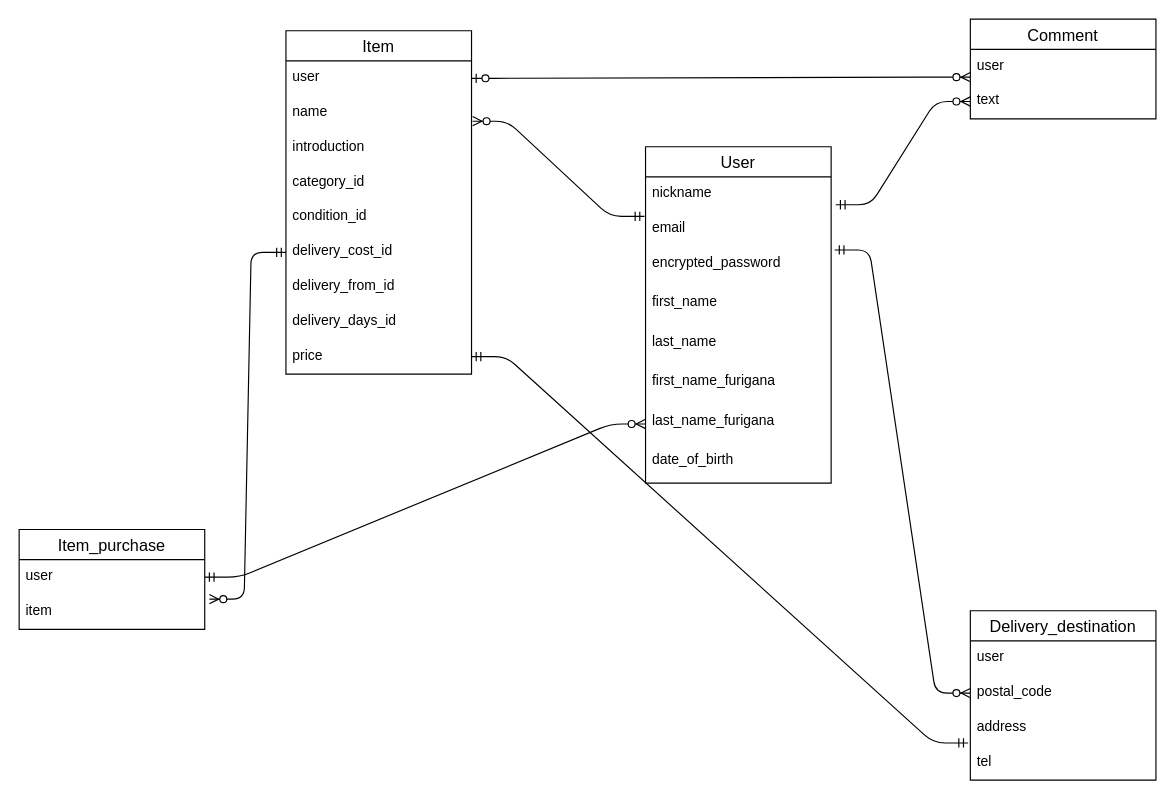
Earlier version of the draw.io diagram test.dio (sohmama/furima-30978). Source tidied: cells renumbered, new cells numbered last; positions are measured from the earlier drawing's top-left corner, leaving out a move shared by most shapes. Both pictures are drawn from the tidied source at 116%, with x=0, y=0 at pixel (19, 19).
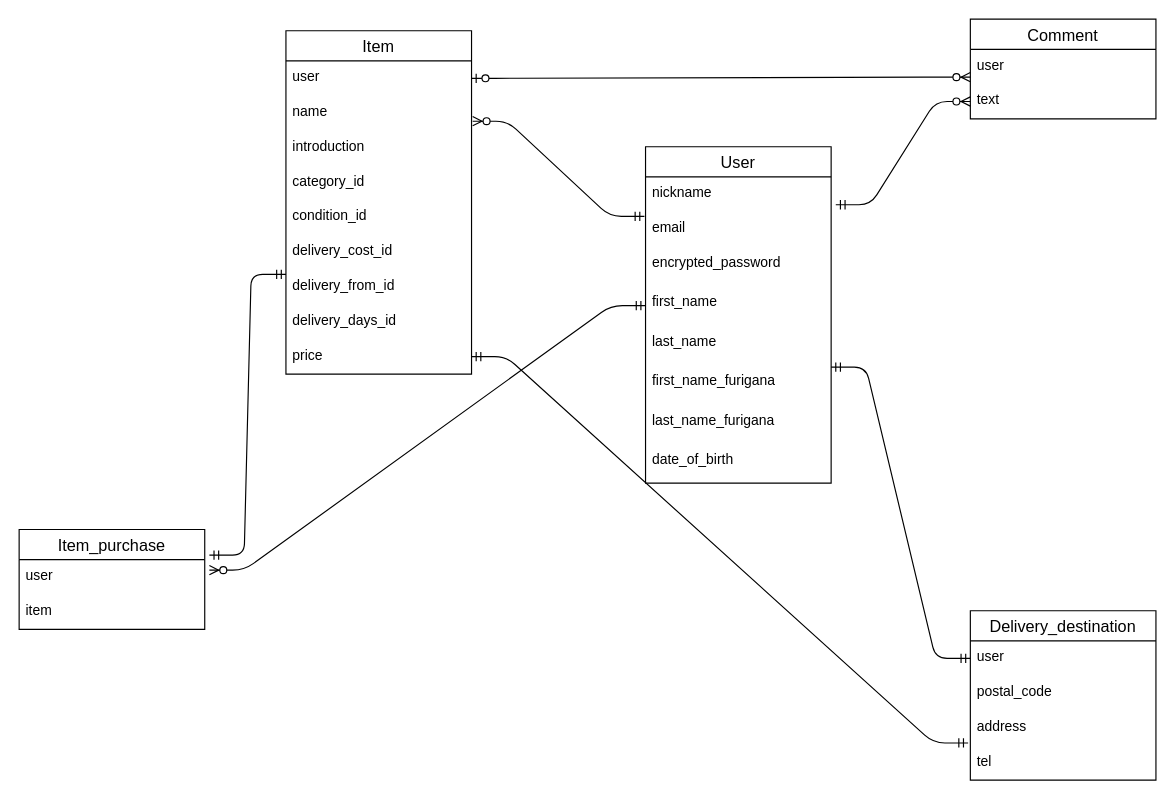
After the change.

Commit message (it also covers changes not shown here):
テーブル名の修正漏れを訂正

Unchanged cells that the change refers to:
```xml
<mxCell id="5" value="encrypted_password&#10;&#10;" style="text;strokeColor=none;fillColor=none;spacingLeft=4;spacingRight=4;overflow=hidden;points=[[0,0.5],[1,0.5]];portConstraint=eastwest;fontSize=12;" parent="2" vertex="1">
  <mxGeometry y="86" width="160" height="34" as="geometry" />
</mxCell>
<mxCell id="6" value="first_name&#10;&#10;" style="text;strokeColor=none;fillColor=none;spacingLeft=4;spacingRight=4;overflow=hidden;points=[[0,0.5],[1,0.5]];portConstraint=eastwest;fontSize=12;" parent="2" vertex="1">
  <mxGeometry y="120" width="160" height="34" as="geometry" />
</mxCell>
<mxCell id="9" value="last_name_furigana&#10;" style="text;strokeColor=none;fillColor=none;spacingLeft=4;spacingRight=4;overflow=hidden;points=[[0,0.5],[1,0.5]];portConstraint=eastwest;fontSize=12;" parent="2" vertex="1">
  <mxGeometry y="222" width="160" height="34" as="geometry" />
</mxCell>
<mxCell id="17" value="delivery_cost_id" style="text;strokeColor=none;fillColor=none;spacingLeft=4;spacingRight=4;overflow=hidden;points=[[0,0.5],[1,0.5]];portConstraint=eastwest;fontSize=12;" parent="11" vertex="1">
  <mxGeometry y="176" width="160" height="30" as="geometry" />
</mxCell>
<mxCell id="22" value="user" style="text;strokeColor=none;fillColor=none;spacingLeft=4;spacingRight=4;overflow=hidden;points=[[0,0.5],[1,0.5]];portConstraint=eastwest;fontSize=12;" parent="21" vertex="1">
  <mxGeometry y="26" width="160" height="30" as="geometry" />
</mxCell>
<mxCell id="23" value="postal_code" style="text;strokeColor=none;fillColor=none;spacingLeft=4;spacingRight=4;overflow=hidden;points=[[0,0.5],[1,0.5]];portConstraint=eastwest;fontSize=12;" parent="21" vertex="1">
  <mxGeometry y="56" width="160" height="30" as="geometry" />
</mxCell>
<mxCell id="35" value="user" style="text;strokeColor=none;fillColor=none;spacingLeft=4;spacingRight=4;overflow=hidden;points=[[0,0.5],[1,0.5]];portConstraint=eastwest;fontSize=12;" parent="34" vertex="1">
  <mxGeometry y="26" width="160" height="30" as="geometry" />
</mxCell>
```

Diff of the diagram source:
```diff
@@
-    <mxCell id="33" style="edgeStyle=entityRelationEdgeStyle;fontSize=12;html=1;endArrow=ERzeroToMany;startArrow=ERmandOne;exitX=1.019;exitY=0.088;exitDx=0;exitDy=0;exitPerimeter=0;" parent="1" edge="1" source="5" target="23">
-      <mxGeometry relative="1" as="geometry" />
-    </mxCell>
@@
-    <mxCell id="37" style="edgeStyle=entityRelationEdgeStyle;fontSize=12;html=1;endArrow=ERzeroToMany;startArrow=ERmandOne;exitX=0;exitY=0.5;exitDx=0;exitDy=0;entryX=1.025;entryY=1.133;entryDx=0;entryDy=0;entryPerimeter=0;" parent="1" edge="1" source="17" target="35">
-      <mxGeometry relative="1" as="geometry" />
-    </mxCell>
-    <mxCell id="38" style="edgeStyle=entityRelationEdgeStyle;fontSize=12;html=1;endArrow=ERzeroToMany;startArrow=ERmandOne;entryX=0;entryY=0.5;entryDx=0;entryDy=0;exitX=1;exitY=0.5;exitDx=0;exitDy=0;" parent="1" edge="1" source="35" target="9">
+    <mxCell id="38" style="edgeStyle=entityRelationEdgeStyle;fontSize=12;html=1;endArrow=ERzeroToMany;startArrow=ERmandOne;entryX=1.025;entryY=0.3;entryDx=0;entryDy=0;entryPerimeter=0;exitX=0;exitY=0.5;exitDx=0;exitDy=0;" parent="1" edge="1" source="6" target="35">
       <mxGeometry relative="1" as="geometry" />
     </mxCell>
+    <mxCell id="39" style="edgeStyle=entityRelationEdgeStyle;fontSize=12;html=1;endArrow=ERmandOne;startArrow=ERmandOne;entryX=0;entryY=0.5;entryDx=0;entryDy=0;" parent="1" edge="1" target="22">
+      <mxGeometry relative="1" as="geometry">
+        <mxPoint x="700" y="300" as="sourcePoint" />
+      </mxGeometry>
+    </mxCell>
+    <mxCell id="40" style="edgeStyle=entityRelationEdgeStyle;fontSize=12;html=1;endArrow=ERmandOne;startArrow=ERmandOne;exitX=1.025;exitY=-0.133;exitDx=0;exitDy=0;exitPerimeter=0;" parent="1" edge="1" source="35">
+      <mxGeometry relative="1" as="geometry">
+        <mxPoint x="230" y="220" as="targetPoint" />
+      </mxGeometry>
+    </mxCell>
```
